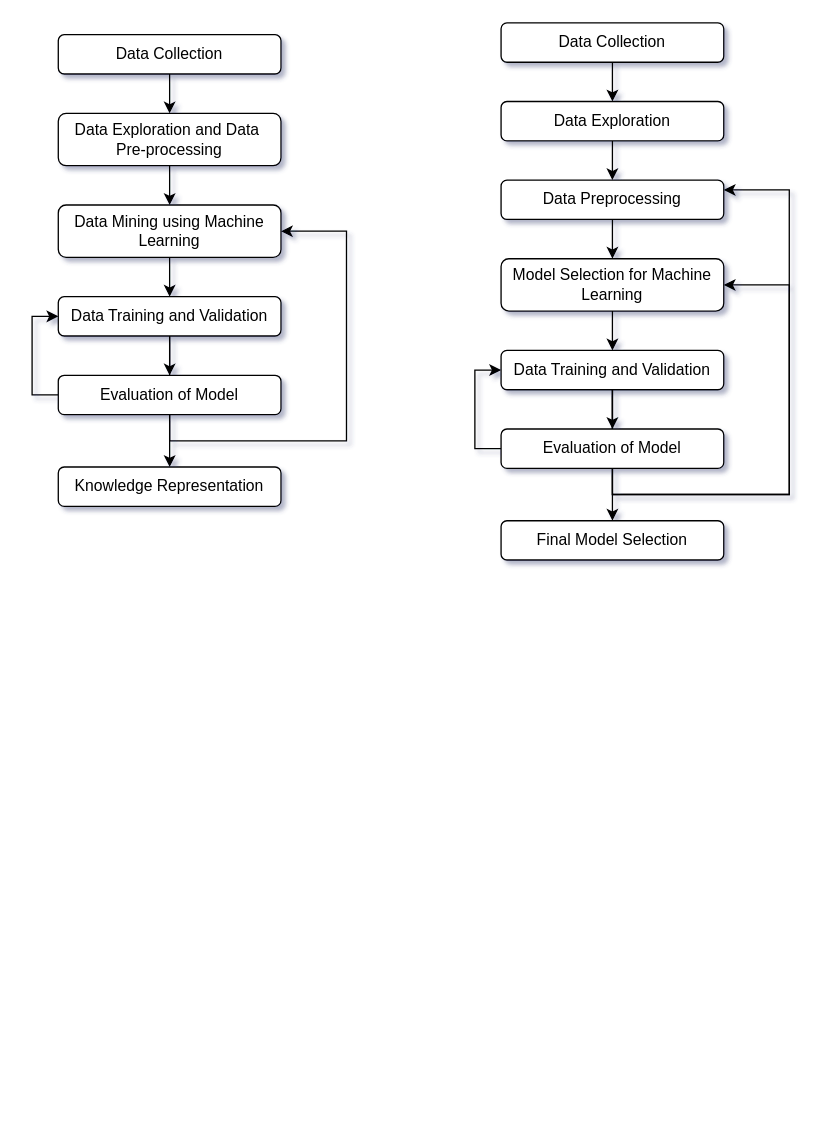
Earlier version of the draw.io diagram ML_FlowChart.drawio (Simjiayik/ML_Assignment). Source tidied: cells renumbered, new cells numbered last; positions are measured from the earlier drawing's top-left corner, leaving out a move shared by most shapes. Both pictures are drawn from the tidied source at 131%, with x=0, y=0 at pixel (31, 22).
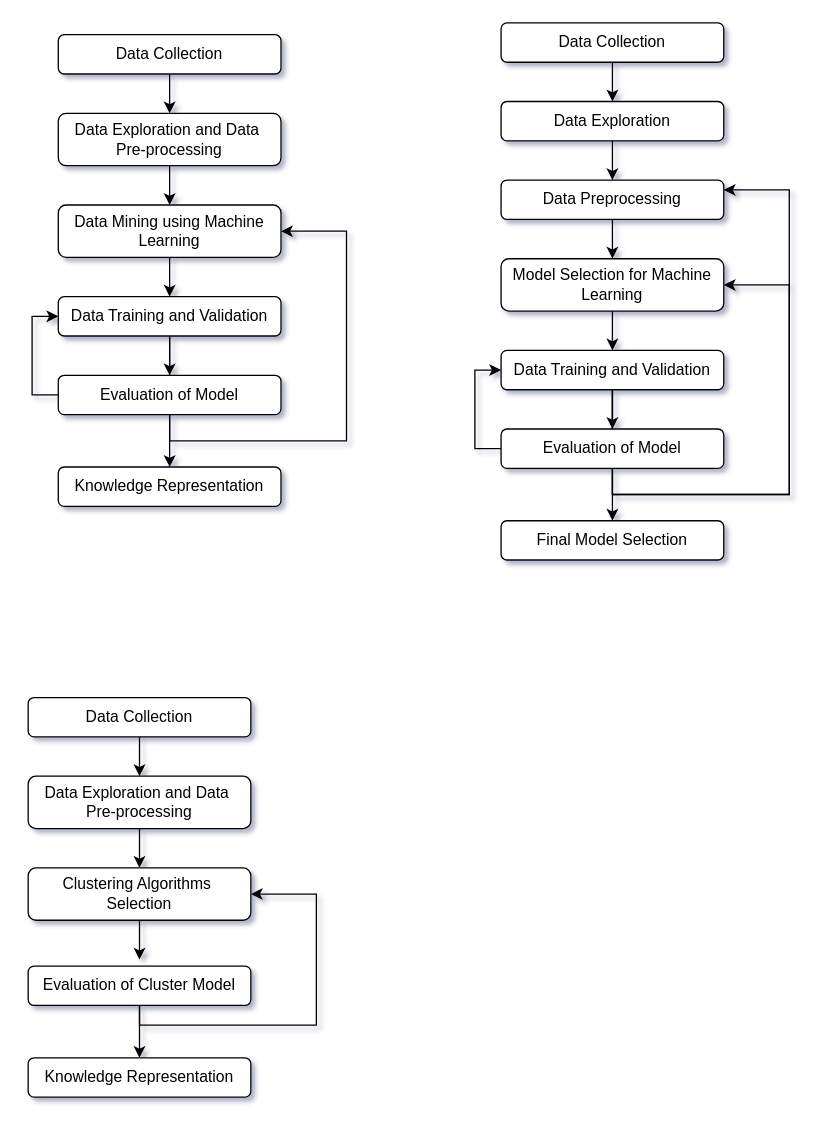
The same diagram, later.

Diff of the diagram source:
```diff
@@
+    <mxCell id="31" style="edgeStyle=orthogonalEdgeStyle;rounded=0;jettySize=auto;html=1;entryX=0.5;entryY=0;entryDx=0;entryDy=0;" parent="1" edge="1" source="32" target="41">
+      <mxGeometry relative="1" as="geometry" />
+    </mxCell>
+    <mxCell id="32" value="Data Collection" style="rounded=1;whiteSpace=wrap;html=1;" parent="1" vertex="1">
+      <mxGeometry x="-3" y="515" width="170" height="30" as="geometry" />
+    </mxCell>
+    <mxCell id="33" style="edgeStyle=orthogonalEdgeStyle;rounded=0;jettySize=auto;html=1;entryX=0.5;entryY=0;entryDx=0;entryDy=0;" parent="1" edge="1" source="34">
+      <mxGeometry relative="1" as="geometry">
+        <mxPoint x="82" y="715" as="targetPoint" />
+      </mxGeometry>
+    </mxCell>
+    <mxCell id="34" value="Clustering Algorithms&amp;nbsp; Selection" style="rounded=1;whiteSpace=wrap;html=1;" parent="1" vertex="1">
+      <mxGeometry x="-3" y="645" width="170" height="40" as="geometry" />
+    </mxCell>
+    <mxCell id="35" style="edgeStyle=orthogonalEdgeStyle;rounded=0;jettySize=auto;html=1;entryX=0.5;entryY=0;entryDx=0;entryDy=0;" parent="1" edge="1" target="38">
+      <mxGeometry relative="1" as="geometry">
+        <mxPoint x="82" y="745" as="sourcePoint" />
+      </mxGeometry>
+    </mxCell>
+    <mxCell id="36" style="edgeStyle=orthogonalEdgeStyle;rounded=0;jettySize=auto;html=1;entryX=1;entryY=0.5;entryDx=0;entryDy=0;" parent="1" edge="1" target="34">
+      <mxGeometry relative="1" as="geometry">
+        <mxPoint x="82" y="745" as="sourcePoint" />
+        <Array as="points">
+          <mxPoint x="82" y="765" />
+          <mxPoint x="217" y="765" />
+          <mxPoint x="217" y="665" />
+        </Array>
+      </mxGeometry>
+    </mxCell>
+    <mxCell id="37" style="edgeStyle=orthogonalEdgeStyle;rounded=0;jettySize=auto;html=1;entryX=0.5;entryY=0;entryDx=0;entryDy=0;" parent="1" edge="1" source="38" target="39">
+      <mxGeometry relative="1" as="geometry" />
+    </mxCell>
+    <mxCell id="38" value="Evaluation of Cluster Model" style="rounded=1;whiteSpace=wrap;html=1;" parent="1" vertex="1">
+      <mxGeometry x="-3" y="720" width="170" height="30" as="geometry" />
+    </mxCell>
+    <mxCell id="39" value="Knowledge Representation" style="rounded=1;whiteSpace=wrap;html=1;" parent="1" vertex="1">
+      <mxGeometry x="-3" y="790" width="170" height="30" as="geometry" />
+    </mxCell>
+    <mxCell id="40" style="edgeStyle=orthogonalEdgeStyle;rounded=0;jettySize=auto;html=1;entryX=0.5;entryY=0;entryDx=0;entryDy=0;" parent="1" edge="1" source="41" target="34">
+      <mxGeometry relative="1" as="geometry" />
+    </mxCell>
+    <mxCell id="41" value="Data Exploration and Data&amp;nbsp; Pre-processing" style="rounded=1;whiteSpace=wrap;html=1;" parent="1" vertex="1">
+      <mxGeometry x="-3" y="575" width="170" height="40" as="geometry" />
+    </mxCell>
```
